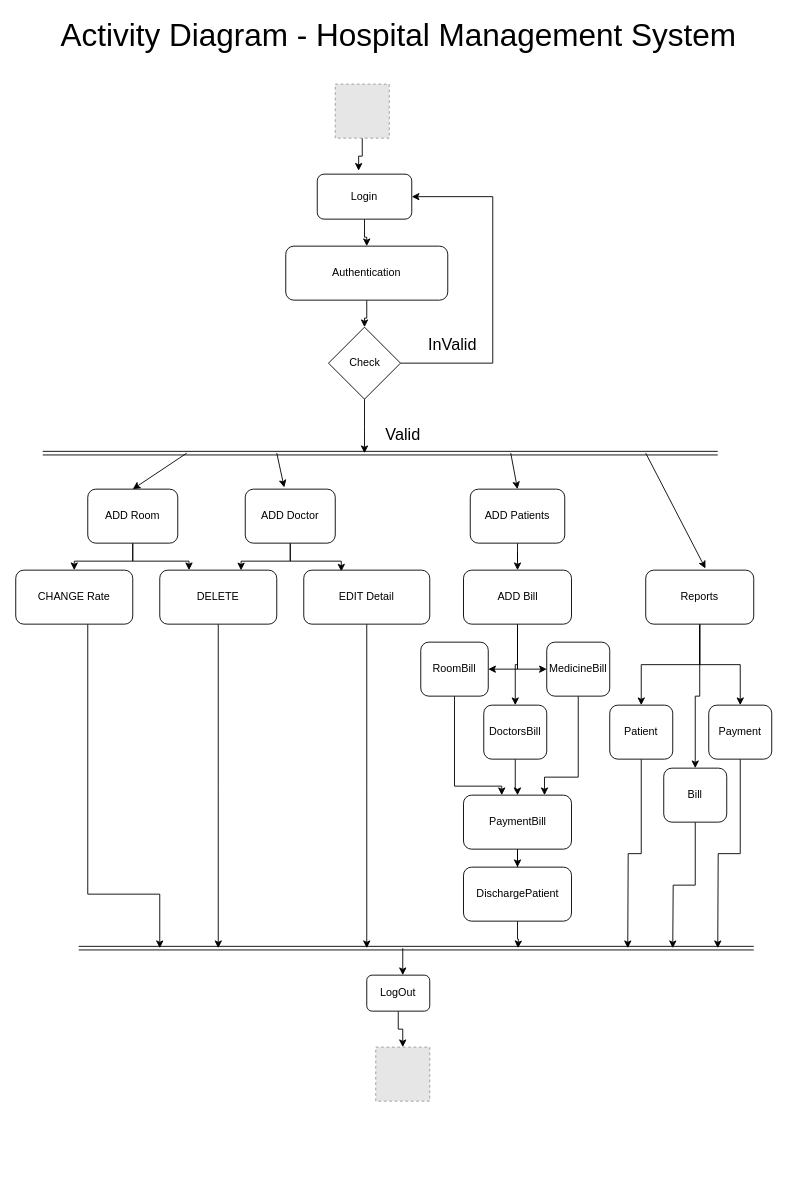
Shorzinator/Practice-Programs keeps this draw.io diagram as Draw.io/Practice-Programs/Draw.io/Hospitality_ActivityDiagram.drawio. Above is the earlier version. Source tidied: cells renumbered, new cells numbered last; positions are measured from the earlier drawing's top-left corner, leaving out a move shared by most shapes. Both pictures are drawn from the tidied source at 90%, with x=0, y=0 at pixel (15, 21). Pictures stored in the file or linked from it are replaced by grey dashed boxes.
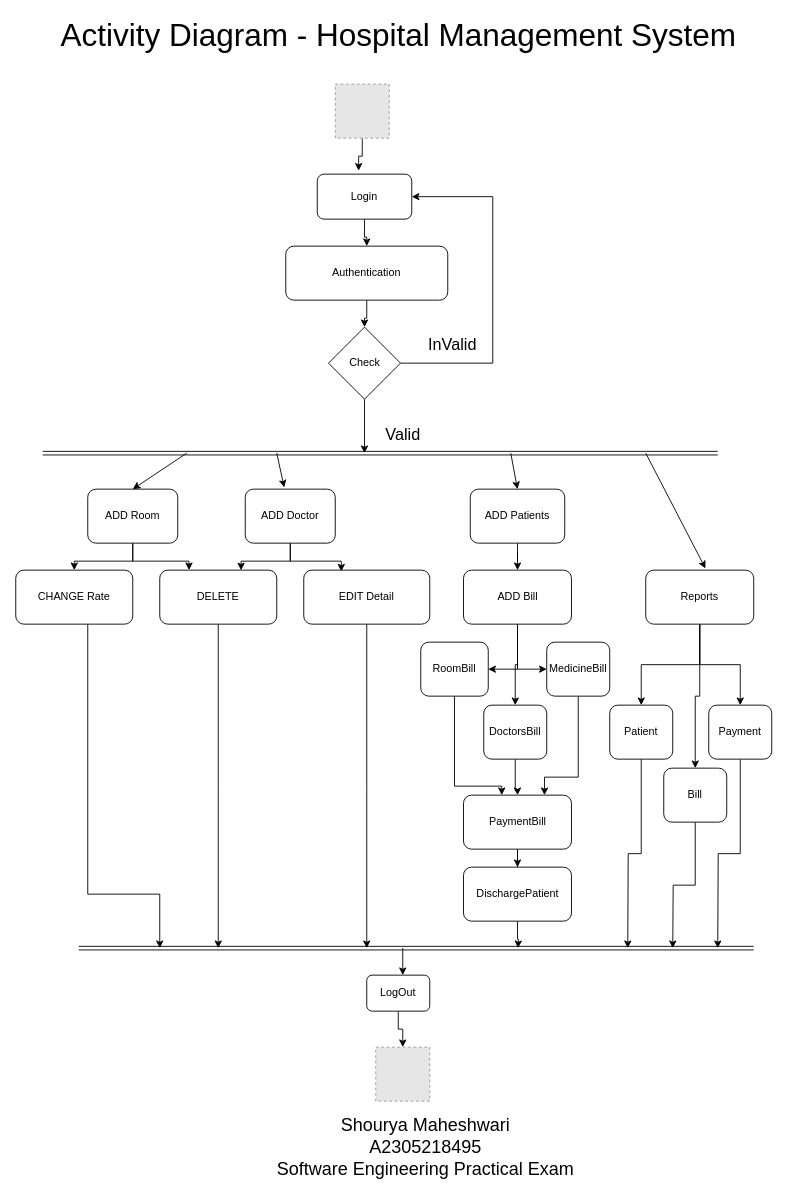
The same diagram, later.

Diff of the diagram source:
```diff
@@
+    <mxCell id="62" value="&lt;font style=&quot;font-size: 20px&quot;&gt;Shourya Maheshwari&lt;br&gt;A2305218495&lt;br&gt;Software Engineering Practical Exam&lt;/font&gt;" style="text;html=1;align=center;verticalAlign=middle;strokeColor=none;" parent="1" vertex="1">
+      <mxGeometry x="280" y="1225" width="350" height="50" as="geometry" />
+    </mxCell>
```
